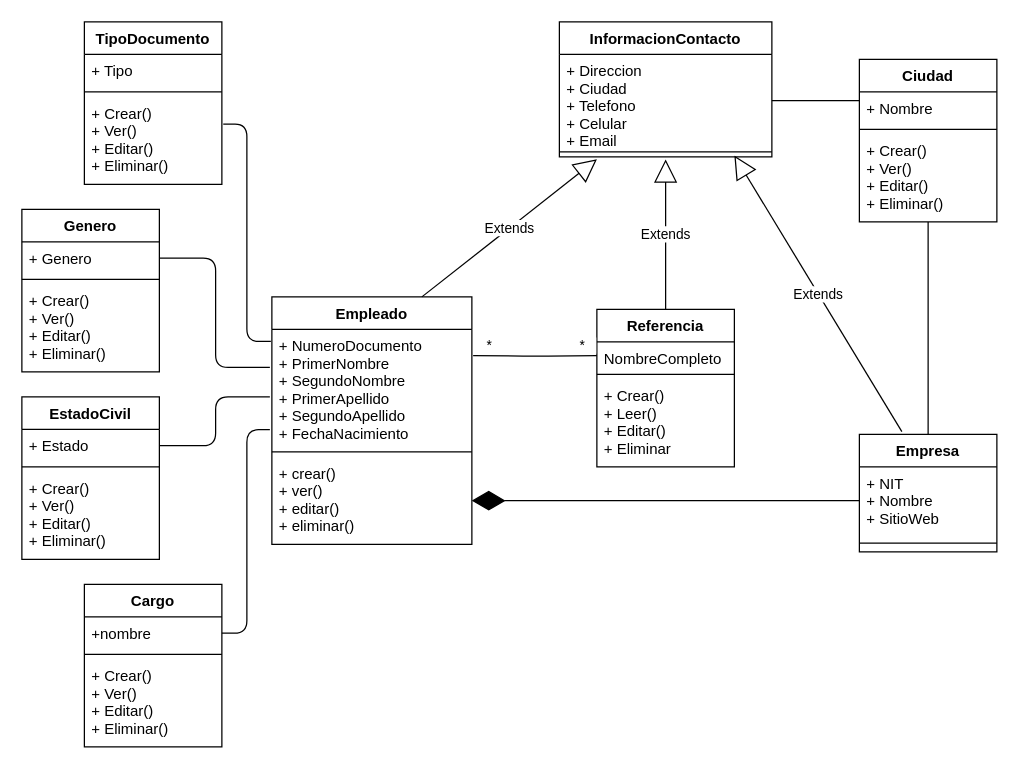
This is DiagramaDeClases.drawio from shaten10/hdv, a draw.io file, before an edit. Source tidied: cells renumbered, new cells numbered last; positions are measured from the earlier drawing's top-left corner, leaving out a move shared by most shapes. Both pictures are drawn from the tidied source at 125%, with x=0, y=0 at pixel (21, 21).
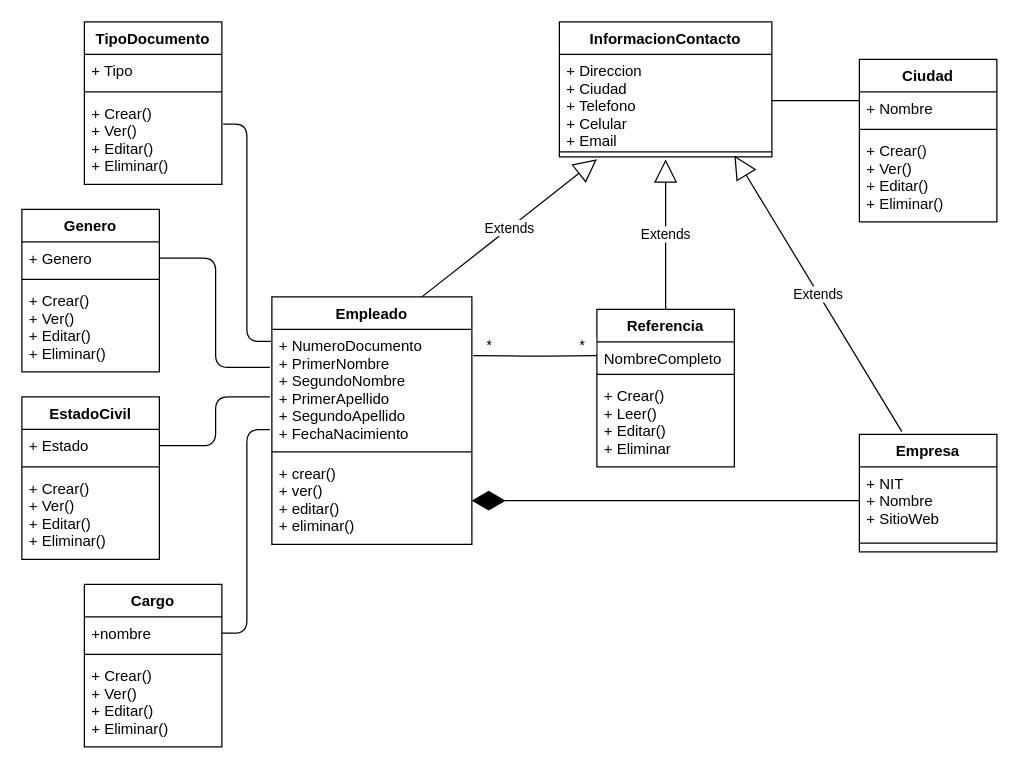
Above is the later version.

The change refers to these unchanged cells:
```xml
<mxCell id="6" value="Empresa" style="swimlane;fontStyle=1;align=center;verticalAlign=top;horizontal=1;startSize=26;" parent="1" vertex="1">
  <mxGeometry x="670" y="330" width="110" height="94" as="geometry" />
</mxCell>
<mxCell id="38" value="+ Crear()&#10;+ Ver()&#10;+ Editar()&#10;+ Eliminar()" style="text;strokeColor=none;fillColor=none;align=left;verticalAlign=top;spacingLeft=4;spacingRight=4;overflow=hidden;points=[[0,0.5],[1,0.5]];portConstraint=eastwest;" parent="35" vertex="1">
  <mxGeometry y="60" width="110" height="70" as="geometry" />
</mxCell>
```

The edit, as a diff of the source:
```diff
@@
-    <mxCell id="44" style="endArrow=none;html=1;edgeStyle=orthogonalEdgeStyle;entryX=0.5;entryY=1;entryDx=0;entryDy=0;entryPerimeter=0;exitX=0.5;exitY=0;exitDx=0;exitDy=0;" parent="1" edge="1" source="6" target="38">
-      <mxGeometry relative="1" as="geometry" />
-    </mxCell>
```
